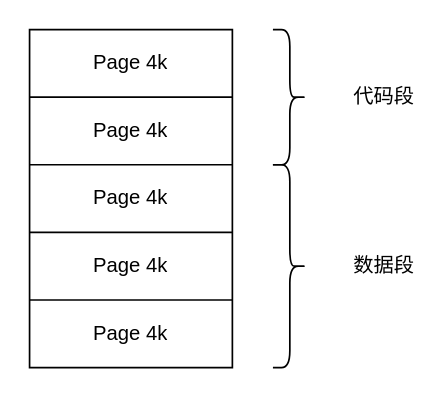
Before: redis/cow机制.drawio in erlieStar/diagrams, a draw.io diagram. Source tidied: cells renumbered, new cells numbered last; positions are measured from the earlier drawing's top-left corner, leaving out a move shared by most shapes. Both pictures are drawn from the tidied source at 169%, with x=0, y=0 at pixel (29, 29).
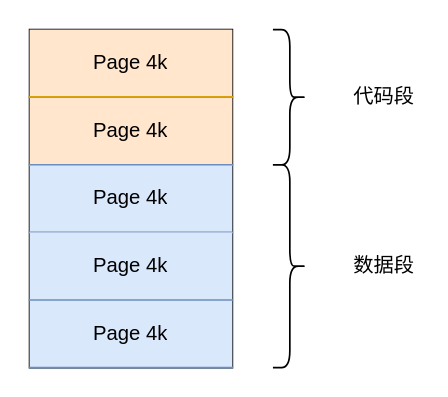
The same diagram, later.

Change to the diagram source:
```diff
@@
 <mxGraphModel>
   <root>
     <mxCell id="0" />
     <mxCell id="1" parent="0" />
-    <mxCell id="2" style="shape=table;html=1;whiteSpace=wrap;startSize=0;childLayout=tableLayout;" parent="1" vertex="1">
+    <mxCell id="2" style="shape=table;html=1;whiteSpace=wrap;startSize=0;childLayout=tableLayout;columnLines=1;rowLines=1;" parent="1" vertex="1">
       <mxGeometry width="120" height="200" as="geometry" />
     </mxCell>
     <mxCell id="3" style="shape=partialRectangle;html=1;whiteSpace=wrap;fillColor=none;top=0;left=0;bottom=0;right=0;" parent="2" vertex="1">
       <mxGeometry width="120" height="40" as="geometry" />
     </mxCell>
-    <mxCell id="4" value="Page 4k" style="shape=partialRectangle;html=1;whiteSpace=wrap;fillColor=none;top=0;left=0;bottom=0;right=0;overflow=hidden;" parent="3" vertex="1">
+    <mxCell id="4" value="Page 4k" style="shape=partialRectangle;html=1;whiteSpace=wrap;fillColor=#ffe6cc;top=0;left=0;bottom=1;right=0;overflow=hidden;strokeColor=#d79b00;" parent="3" vertex="1">
       <mxGeometry width="120" height="40" as="geometry" />
     </mxCell>
     <mxCell id="5" style="shape=partialRectangle;html=1;whiteSpace=wrap;fillColor=none;top=0;left=0;bottom=0;right=0;" parent="2" vertex="1">
       <mxGeometry y="40" width="120" height="40" as="geometry" />
     </mxCell>
-    <mxCell id="6" value="&lt;span&gt;Page 4k&lt;/span&gt;" style="shape=partialRectangle;html=1;whiteSpace=wrap;fillColor=none;top=0;left=0;bottom=0;right=0;overflow=hidden;" parent="5" vertex="1">
+    <mxCell id="6" value="&lt;span&gt;Page 4k&lt;/span&gt;" style="shape=partialRectangle;html=1;whiteSpace=wrap;fillColor=#ffe6cc;top=1;left=0;bottom=1;right=0;overflow=hidden;strokeColor=#d79b00;" parent="5" vertex="1">
       <mxGeometry width="120" height="40" as="geometry" />
     </mxCell>
     <mxCell id="7" style="shape=partialRectangle;html=1;whiteSpace=wrap;fillColor=none;top=0;left=0;bottom=0;right=0;" parent="2" vertex="1">
       <mxGeometry y="80" width="120" height="40" as="geometry" />
     </mxCell>
-    <mxCell id="8" value="&lt;span&gt;Page 4k&lt;/span&gt;" style="shape=partialRectangle;html=1;whiteSpace=wrap;fillColor=none;top=0;left=0;bottom=0;right=0;overflow=hidden;" parent="7" vertex="1">
+    <mxCell id="8" value="&lt;span&gt;Page 4k&lt;/span&gt;" style="shape=partialRectangle;html=1;whiteSpace=wrap;fillColor=#dae8fc;top=1;left=0;bottom=1;right=0;overflow=hidden;strokeColor=#6c8ebf;" parent="7" vertex="1">
       <mxGeometry width="120" height="40" as="geometry" />
     </mxCell>
     <mxCell id="9" style="shape=partialRectangle;html=1;whiteSpace=wrap;fillColor=none;top=0;left=0;bottom=0;right=0;" parent="2" vertex="1">
       <mxGeometry y="120" width="120" height="40" as="geometry" />
     </mxCell>
-    <mxCell id="10" value="&lt;span&gt;Page 4k&lt;/span&gt;" style="shape=partialRectangle;html=1;whiteSpace=wrap;fillColor=none;top=0;left=0;bottom=0;right=0;overflow=hidden;" parent="9" vertex="1">
+    <mxCell id="10" value="&lt;span&gt;Page 4k&lt;/span&gt;" style="shape=partialRectangle;html=1;whiteSpace=wrap;fillColor=#dae8fc;top=0;left=0;bottom=0;right=0;overflow=hidden;strokeColor=#6c8ebf;" parent="9" vertex="1">
       <mxGeometry width="120" height="40" as="geometry" />
     </mxCell>
     <mxCell id="11" style="shape=partialRectangle;html=1;whiteSpace=wrap;fillColor=none;top=0;left=0;bottom=0;right=0;" parent="2" vertex="1">
       <mxGeometry y="160" width="120" height="40" as="geometry" />
     </mxCell>
-    <mxCell id="12" value="&lt;span&gt;Page 4k&lt;/span&gt;" style="shape=partialRectangle;html=1;whiteSpace=wrap;fillColor=none;top=0;left=0;bottom=0;right=0;overflow=hidden;" parent="11" vertex="1">
+    <mxCell id="12" value="&lt;span&gt;Page 4k&lt;/span&gt;" style="shape=partialRectangle;html=1;whiteSpace=wrap;fillColor=#dae8fc;top=1;left=0;bottom=1;right=0;overflow=hidden;strokeColor=#6c8ebf;" parent="11" vertex="1">
       <mxGeometry width="120" height="40" as="geometry" />
     </mxCell>
     <mxCell id="13" style="shape=curlyBracket;whiteSpace=wrap;html=1;rounded=1;rotation=-180;size=0.5;" parent="1" vertex="1">
       <mxGeometry x="144" width="20" height="80" as="geometry" />
     </mxCell>
     <mxCell id="14" style="shape=curlyBracket;whiteSpace=wrap;html=1;rounded=1;rotation=-180;" parent="1" vertex="1">
       <mxGeometry x="144" y="80" width="20" height="120" as="geometry" />
     </mxCell>
     <mxCell id="15" value="代码段" style="text;html=1;strokeColor=none;fillColor=none;align=center;verticalAlign=middle;whiteSpace=wrap;rounded=0;" parent="1" vertex="1">
       <mxGeometry x="190" y="30" width="40" height="20" as="geometry" />
     </mxCell>
     <mxCell id="16" value="数据段" style="text;html=1;strokeColor=none;fillColor=none;align=center;verticalAlign=middle;whiteSpace=wrap;rounded=0;" parent="1" vertex="1">
       <mxGeometry x="190" y="130" width="40" height="20" as="geometry" />
     </mxCell>
   </root>
 </mxGraphModel>
```
